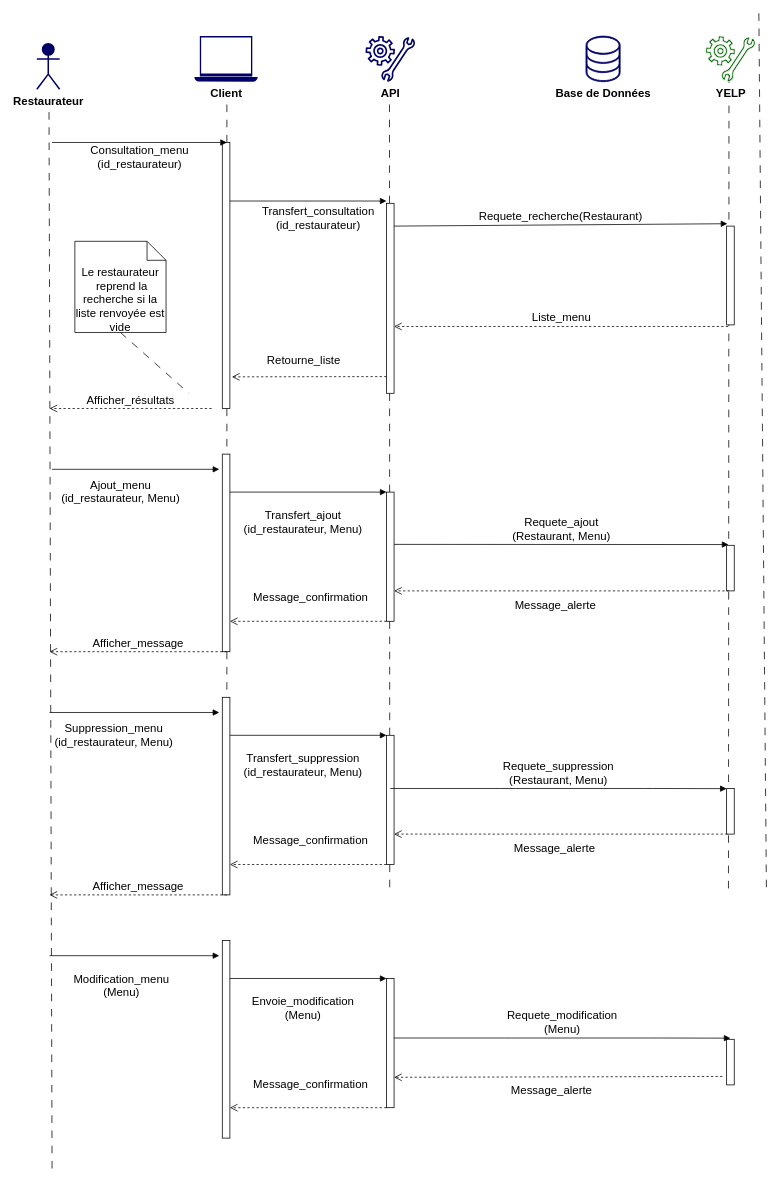
Earlier version of the draw.io diagram diagramme_sequence_restaurateur.drawio (TheAIWizard/Ensaeats). Source tidied: cells renumbered, new cells numbered last; positions are measured from the earlier drawing's top-left corner, leaving out a move shared by most shapes. Both pictures are drawn from the tidied source at 76%, with x=0, y=0 at pixel (36, 13).
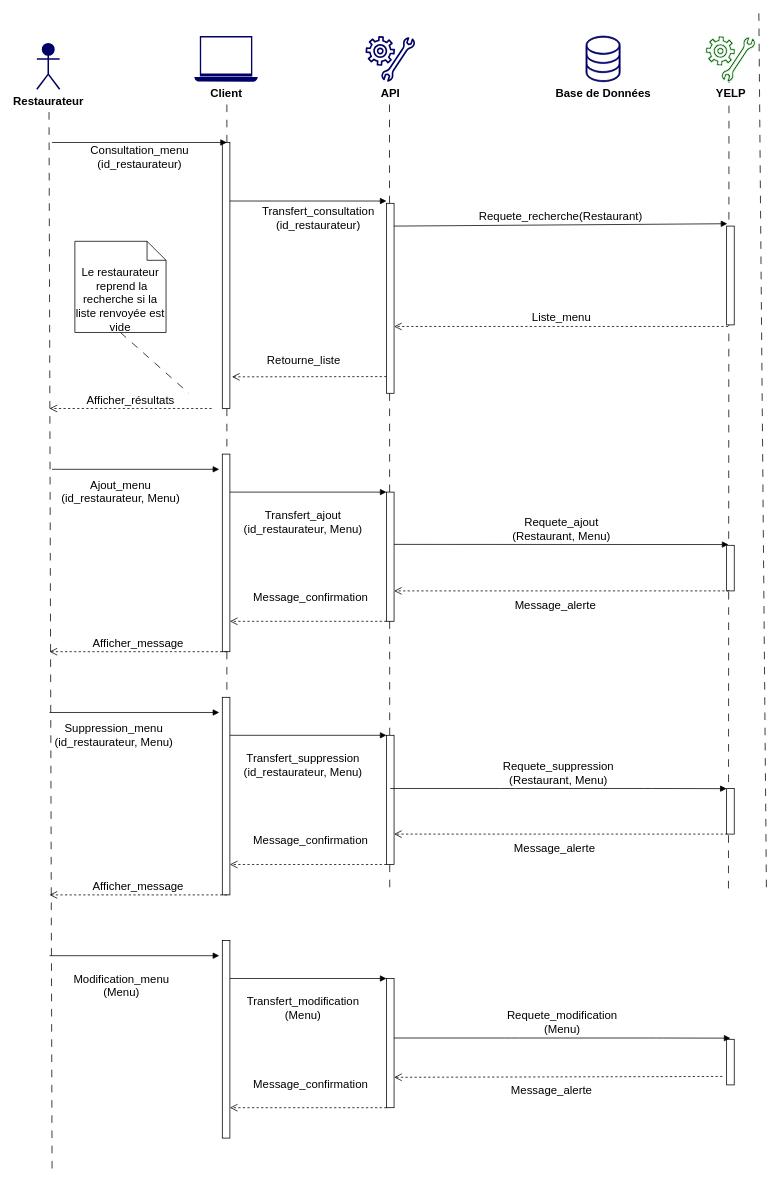
The same diagram, later.

What changed in the source:
```diff
@@
-    <mxCell id="41" value="Envoie_modification&lt;br style=&quot;font-size: 15px&quot;&gt;(Menu)" style="html=1;verticalAlign=bottom;endArrow=block;fontSize=15;" parent="1" edge="1">
+    <mxCell id="41" value="Transfert_modification&lt;br style=&quot;font-size: 15px&quot;&gt;(Menu)" style="html=1;verticalAlign=bottom;endArrow=block;fontSize=15;" parent="1" edge="1">
       <mxGeometry x="-0.07" y="-60" relative="1" as="geometry">
         <mxPoint x="254" y="1270" as="sourcePoint" />
         <mxPoint x="460" y="1270" as="targetPoint" />
       </mxGeometry>
     </mxCell>
```
